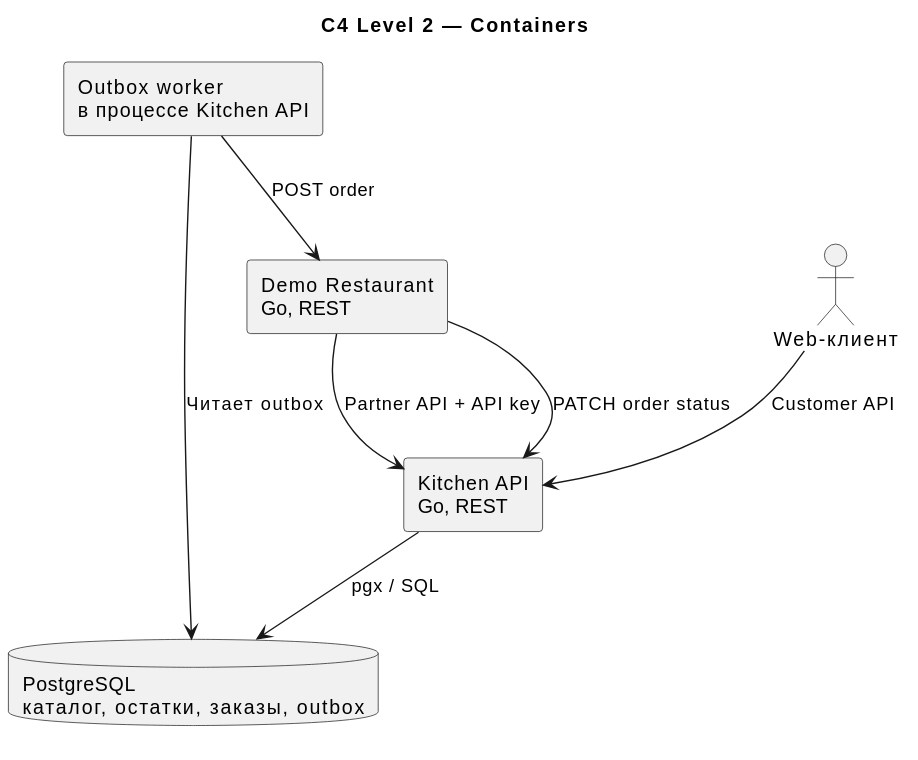
Earlier version of the PlantUML export docs/rendered/c4-container.svg (leedcee/restaurant-delivery-microservices). Source of this version:
```plantuml
@startuml
title C4 Level 2 — Containers
skinparam componentStyle rectangle
skinparam shadowing false

actor "Web-клиент" as web
component "Kitchen API\nGo, REST" as api
component "Outbox worker\nв процессе Kitchen API" as worker
database "PostgreSQL\nкаталог, остатки, заказы, outbox" as db
component "Demo Restaurant\nGo, REST" as restaurant

web --> api : Customer API
restaurant --> api : Partner API + API key
api --> db : pgx / SQL
worker --> db : Читает outbox
worker --> restaurant : POST order
restaurant --> api : PATCH order status
@enduml
```
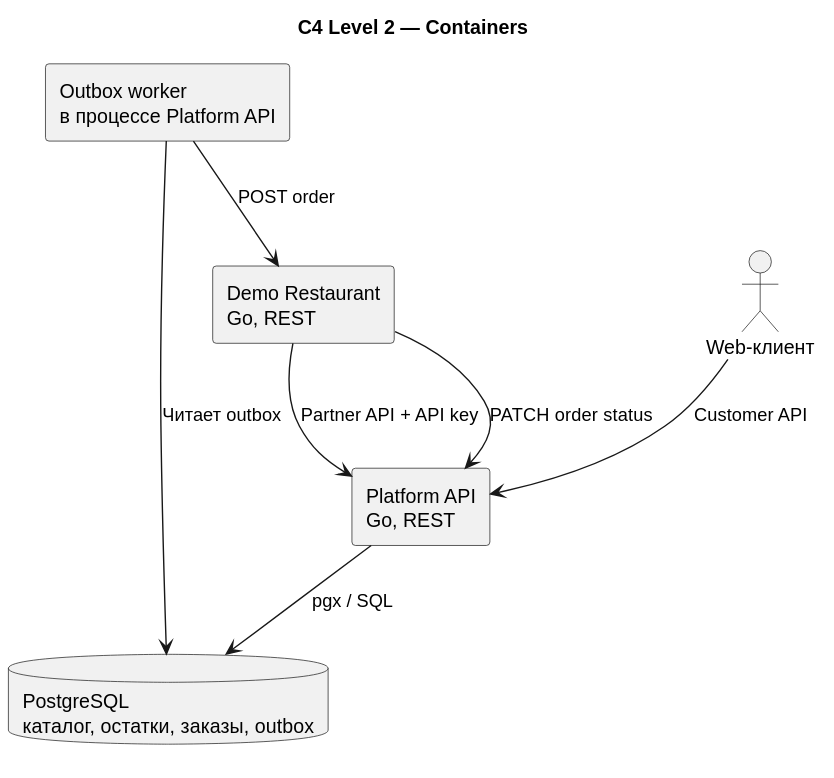
The same diagram one commit later.

The edit, as a diff of the source:
```diff
@@ -4,8 +4,8 @@
 skinparam shadowing false
 
 actor "Web-клиент" as web
-component "Kitchen API\nGo, REST" as api
-component "Outbox worker\nв процессе Kitchen API" as worker
+component "Platform API\nGo, REST" as api
+component "Outbox worker\nв процессе Platform API" as worker
 database "PostgreSQL\nкаталог, остатки, заказы, outbox" as db
 component "Demo Restaurant\nGo, REST" as restaurant
 
```
